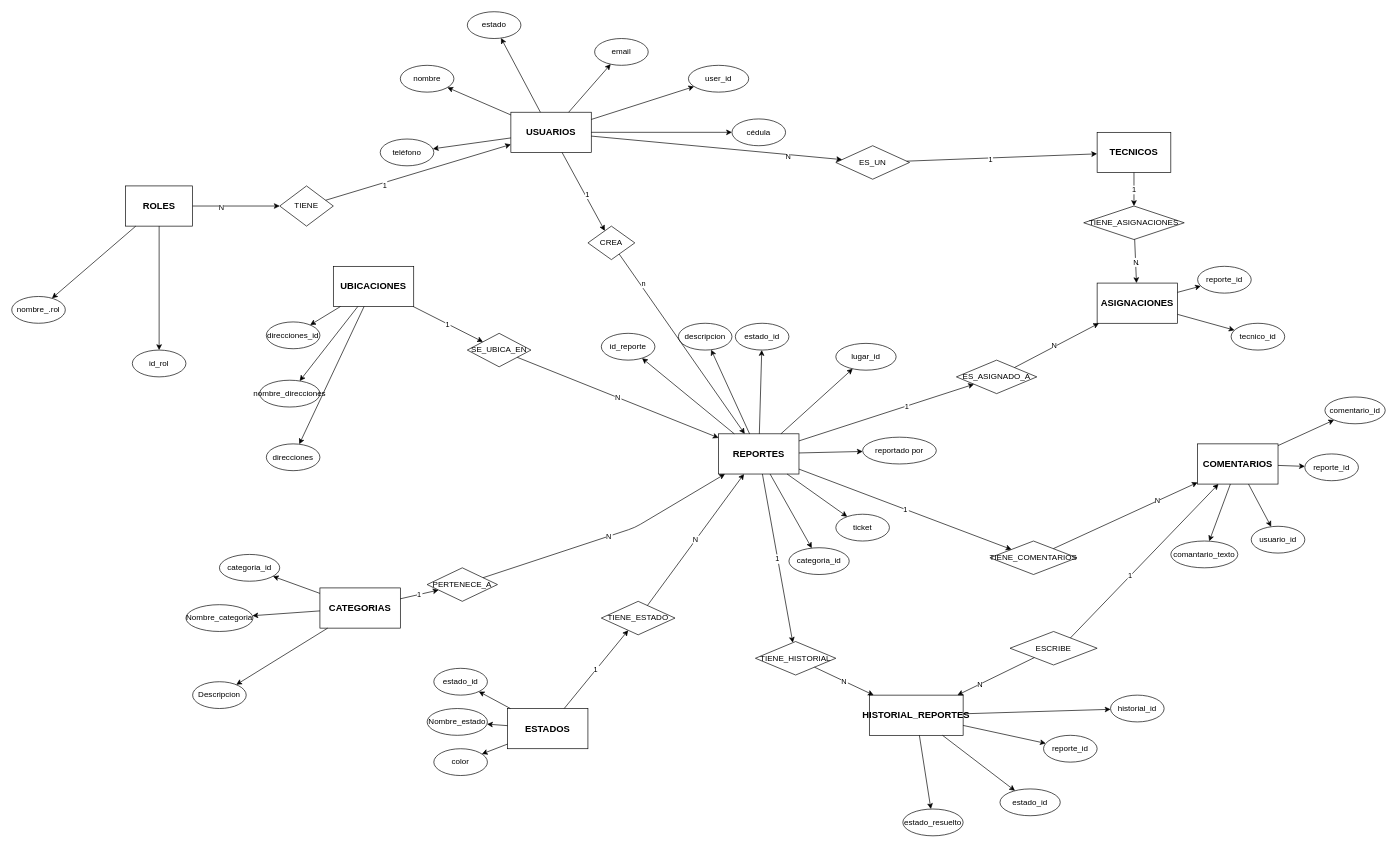
Before: Diagrama EER FixCampus.drawio in LucarioZ4/FixCampus, a draw.io diagram. Source tidied: cells renumbered, new cells numbered last; positions are measured from the earlier drawing's top-left corner, leaving out a move shared by most shapes. Both pictures are drawn from the tidied source at 67%, with x=0, y=0 at pixel (11, 11).
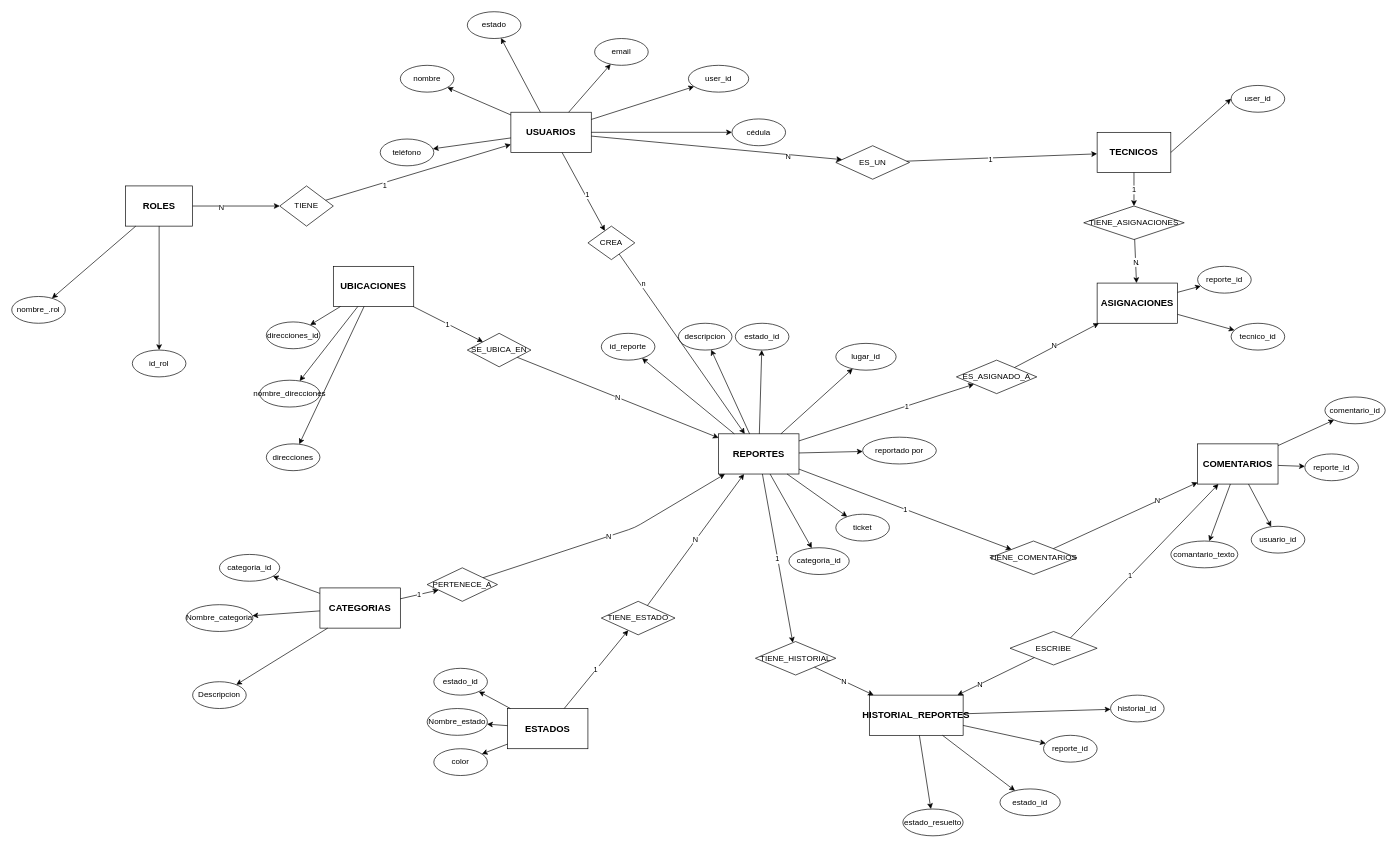
The same page after the edit.

Unchanged cells that the change refers to:
```xml
<mxCell id="75" value="TECNICOS" style="rounded=0;whiteSpace=wrap;html=1;fillColor=#ffffff;strokeColor=#000000;fontStyle=1;fontSize=14;" parent="1" vertex="1">
  <mxGeometry x="1620" y="180" width="110" height="60" as="geometry" />
</mxCell>
```

The edit, as a diff of the source:
```diff
@@
+    <mxCell id="127" value="user_id" style="ellipse;whiteSpace=wrap;html=1;fillColor=#ffffff;strokeColor=#000000;direction=west;" parent="1" vertex="1">
+      <mxGeometry x="1820" y="110" width="80" height="40" as="geometry" />
+    </mxCell>
+    <mxCell id="128" style="entryX=1;entryY=0.5;entryDx=0;entryDy=0;exitX=1;exitY=0.5;exitDx=0;exitDy=0;" parent="1" edge="1" source="75" target="127">
+      <mxGeometry relative="1" as="geometry" />
+    </mxCell>
```
